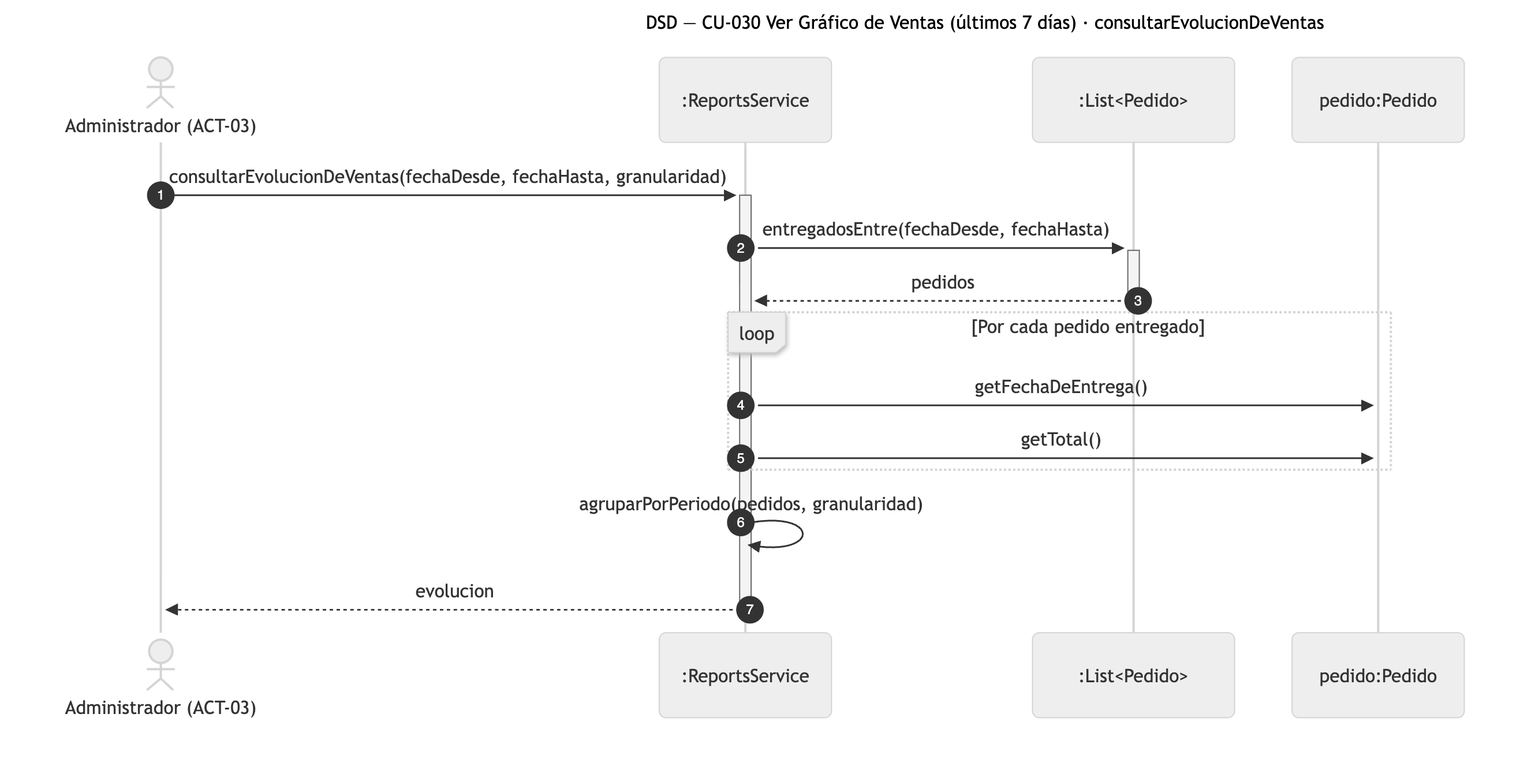
This is diagramas/png/DSD_CU-030_consultarEvolucionDeVentas.png from Nahuelito-Dev/splg-docs, a Mermaid export, as it was before one commit. Its source is kept beside it as diagramas/DSD_CU-030_consultarEvolucionDeVentas.mmd.
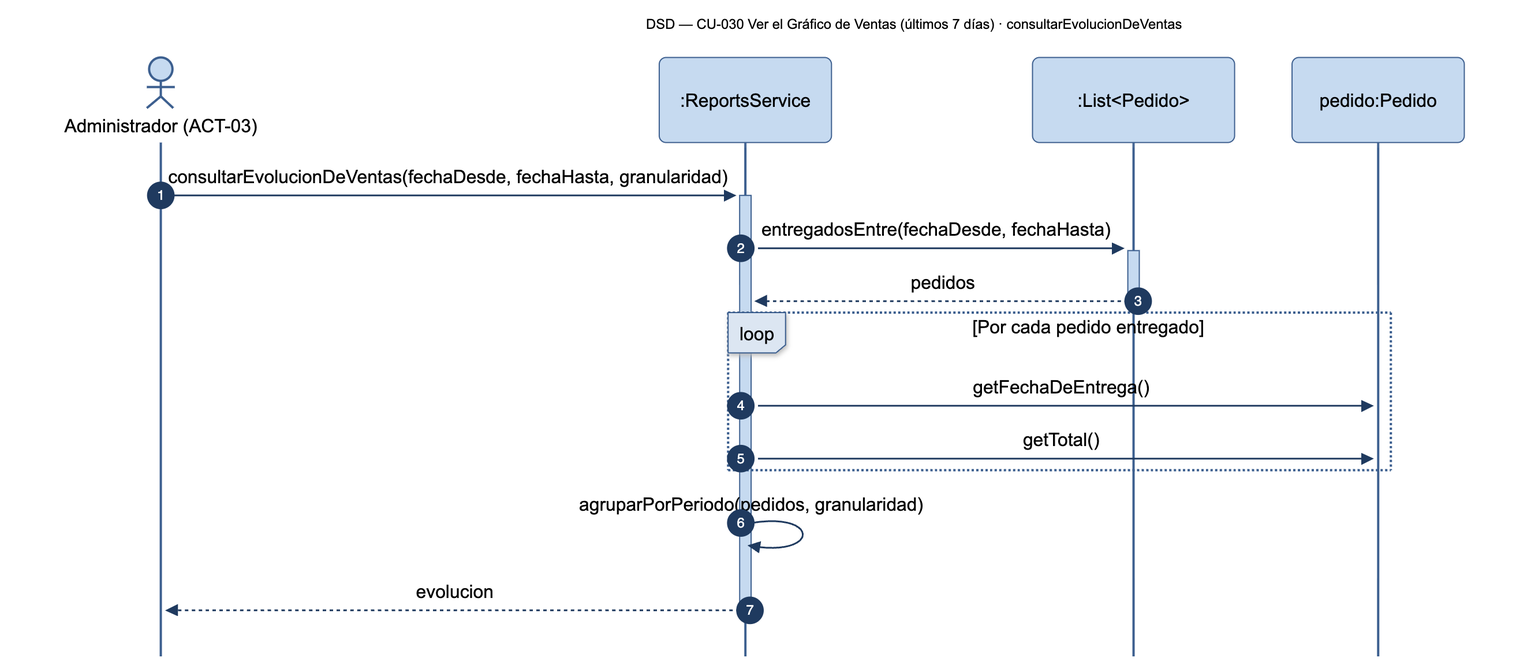
After the change.

Change to the diagram source:
```diff
@@ -1,5 +1,5 @@
 sequenceDiagram
-    title DSD — CU-030 Ver Gráfico de Ventas (últimos 7 días) · consultarEvolucionDeVentas
+    title DSD — CU-030 Ver el Gráfico de Ventas (últimos 7 días) · consultarEvolucionDeVentas
     autonumber
     actor ADM as Administrador (ACT-03)
     participant SRV as :ReportsService
```
